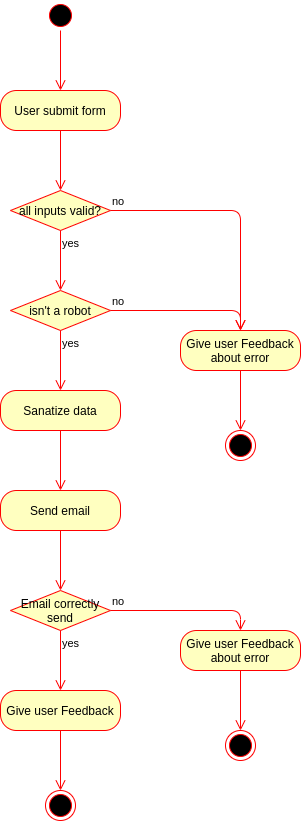
Before: assets/img/uml.png, a diagram exported from draw.io (stephaneleonard/projet-formulaire). Source tidied: cells renumbered, new cells last; positions are measured from the earlier drawing's top-left corner, leaving out a move shared by most shapes.
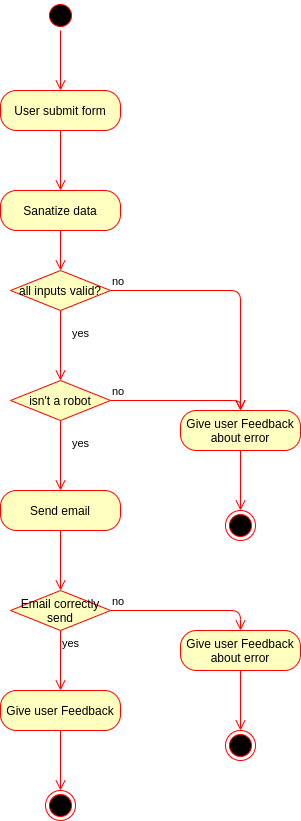
The same diagram one commit later.

Change to the diagram source:
```diff
@@ -19,47 +19,39 @@
       </mxGeometry>
     </mxCell>
     <mxCell id="6" value="all inputs valid?" style="rhombus;whiteSpace=wrap;html=1;fillColor=#ffffc0;strokeColor=#ff0000;" parent="1" vertex="1">
-      <mxGeometry x="10" y="190" width="100" height="40" as="geometry" />
+      <mxGeometry x="10" y="270" width="100" height="40" as="geometry" />
     </mxCell>
     <mxCell id="7" value="no" style="edgeStyle=orthogonalEdgeStyle;html=1;align=left;verticalAlign=bottom;endArrow=open;endSize=8;strokeColor=#ff0000;" parent="1" edge="1" source="6">
       <mxGeometry x="-1" relative="1" as="geometry">
-        <mxPoint x="240" y="330" as="targetPoint" />
+        <mxPoint x="240" y="410" as="targetPoint" />
       </mxGeometry>
     </mxCell>
-    <mxCell id="8" value="yes" style="edgeStyle=orthogonalEdgeStyle;html=1;align=left;verticalAlign=top;endArrow=open;endSize=8;strokeColor=#ff0000;" parent="1" edge="1" source="6">
-      <mxGeometry x="-1" relative="1" as="geometry">
-        <mxPoint x="60" y="290" as="targetPoint" />
-      </mxGeometry>
+    <mxCell id="8" value="yes" style="edgeStyle=orthogonalEdgeStyle;html=1;align=left;verticalAlign=top;endArrow=open;endSize=8;strokeColor=#ff0000;entryX=0.5;entryY=0;entryDx=0;entryDy=0;" parent="1" edge="1" source="6" target="9">
+      <mxGeometry x="-0.71" y="10" relative="1" as="geometry" />
     </mxCell>
     <mxCell id="9" value="isn't a robot" style="rhombus;whiteSpace=wrap;html=1;fillColor=#ffffc0;strokeColor=#ff0000;" parent="1" vertex="1">
-      <mxGeometry x="10" y="290" width="100" height="40" as="geometry" />
+      <mxGeometry x="10" y="380" width="100" height="40" as="geometry" />
     </mxCell>
     <mxCell id="10" value="no" style="edgeStyle=orthogonalEdgeStyle;html=1;align=left;verticalAlign=bottom;endArrow=open;endSize=8;strokeColor=#ff0000;entryX=0.5;entryY=0;entryDx=0;entryDy=0;" parent="1" edge="1" source="9" target="12">
       <mxGeometry x="-1" relative="1" as="geometry" />
     </mxCell>
-    <mxCell id="11" value="yes" style="edgeStyle=orthogonalEdgeStyle;html=1;align=left;verticalAlign=top;endArrow=open;endSize=8;strokeColor=#ff0000;" parent="1" edge="1" source="9">
-      <mxGeometry x="-1" relative="1" as="geometry">
-        <mxPoint x="60" y="390" as="targetPoint" />
-      </mxGeometry>
+    <mxCell id="11" value="yes" style="edgeStyle=orthogonalEdgeStyle;html=1;align=left;verticalAlign=top;endArrow=open;endSize=8;strokeColor=#ff0000;" parent="1" edge="1" source="9" target="17">
+      <mxGeometry x="-0.71" y="10" relative="1" as="geometry" />
     </mxCell>
     <mxCell id="12" value="Give user Feedback&lt;br&gt;about error" style="rounded=1;whiteSpace=wrap;html=1;arcSize=40;fontColor=#000000;fillColor=#ffffc0;strokeColor=#ff0000;" parent="1" vertex="1">
-      <mxGeometry x="180" y="330" width="120" height="40" as="geometry" />
+      <mxGeometry x="180" y="410" width="120" height="40" as="geometry" />
     </mxCell>
-    <mxCell id="13" style="edgeStyle=orthogonalEdgeStyle;html=1;verticalAlign=bottom;endArrow=open;endSize=8;strokeColor=#ff0000;" parent="1" edge="1" source="12">
-      <mxGeometry relative="1" as="geometry">
-        <mxPoint x="240" y="430" as="targetPoint" />
-      </mxGeometry>
+    <mxCell id="13" style="edgeStyle=orthogonalEdgeStyle;html=1;verticalAlign=bottom;endArrow=open;endSize=8;strokeColor=#ff0000;entryX=0.5;entryY=0;entryDx=0;entryDy=0;" parent="1" edge="1" source="12" target="16">
+      <mxGeometry relative="1" as="geometry" />
     </mxCell>
     <mxCell id="14" value="Sanatize data" style="rounded=1;whiteSpace=wrap;html=1;arcSize=40;fontColor=#000000;fillColor=#ffffc0;strokeColor=#ff0000;" parent="1" vertex="1">
-      <mxGeometry y="390" width="120" height="40" as="geometry" />
+      <mxGeometry y="190" width="120" height="40" as="geometry" />
     </mxCell>
-    <mxCell id="15" style="edgeStyle=orthogonalEdgeStyle;html=1;verticalAlign=bottom;endArrow=open;endSize=8;strokeColor=#ff0000;" parent="1" edge="1" source="14">
-      <mxGeometry relative="1" as="geometry">
-        <mxPoint x="60" y="490" as="targetPoint" />
-      </mxGeometry>
+    <mxCell id="15" style="edgeStyle=orthogonalEdgeStyle;html=1;verticalAlign=bottom;endArrow=open;endSize=8;strokeColor=#ff0000;" parent="1" edge="1" source="14" target="6">
+      <mxGeometry relative="1" as="geometry" />
     </mxCell>
     <mxCell id="16" style="ellipse;html=1;shape=endState;fillColor=#000000;strokeColor=#ff0000;" parent="1" vertex="1">
-      <mxGeometry x="225" y="430" width="30" height="30" as="geometry" />
+      <mxGeometry x="225" y="510" width="30" height="30" as="geometry" />
     </mxCell>
     <mxCell id="17" value="Send email" style="rounded=1;whiteSpace=wrap;html=1;arcSize=40;fontColor=#000000;fillColor=#ffffc0;strokeColor=#ff0000;" parent="1" vertex="1">
       <mxGeometry y="490" width="120" height="40" as="geometry" />
```
